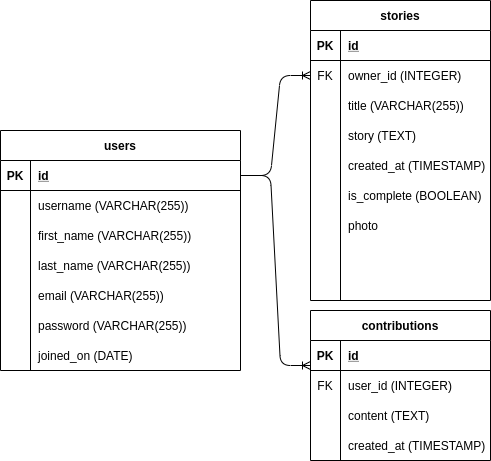
Before: ERD.png, a diagram exported from draw.io (RongxinZhang/story-creator). Source tidied: cells renumbered, new cells last; positions are measured from the earlier drawing's top-left corner, leaving out a move shared by most shapes.
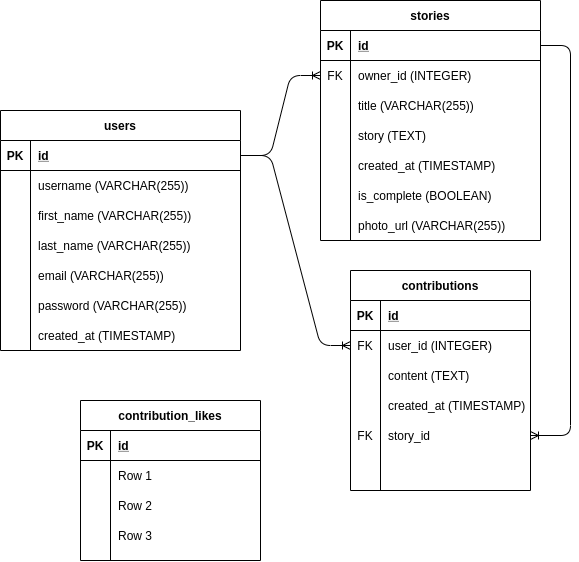
The same diagram one commit later.

The edit, as a diff of the source:
```diff
@@ -6,7 +6,7 @@
       <mxGeometry relative="1" as="geometry" />
     </mxCell>
     <mxCell id="3" value="users" style="shape=table;startSize=30;rowLines=0;fontStyle=1;align=center;" parent="1" vertex="1">
-      <mxGeometry y="130" width="240" height="240" as="geometry" />
+      <mxGeometry x="-20" y="130" width="240" height="240" as="geometry" />
     </mxCell>
     <mxCell id="4" style="shape=partialRectangle;fillColor=none;top=0;left=0;bottom=1;right=0;points=[[0,0.5],[1,0.5]];portConstraint=eastwest;" parent="3" vertex="1">
       <mxGeometry y="30" width="240" height="30" as="geometry" />
@@ -68,82 +68,77 @@
     <mxCell id="23" style="shape=partialRectangle;fillColor=none;top=0;left=0;bottom=0;right=0;overflow=hidden;" parent="22" vertex="1">
       <mxGeometry width="30" height="30" as="geometry" />
     </mxCell>
-    <mxCell id="24" value="joined_on (DATE)" style="shape=partialRectangle;fillColor=none;top=0;left=0;bottom=0;right=0;align=left;spacingLeft=6;overflow=hidden;" parent="22" vertex="1">
+    <mxCell id="24" value="created_at (TIMESTAMP)" style="shape=partialRectangle;fillColor=none;top=0;left=0;bottom=0;right=0;align=left;spacingLeft=6;overflow=hidden;" parent="22" vertex="1">
       <mxGeometry x="30" width="210" height="30" as="geometry" />
     </mxCell>
     <mxCell id="25" value="stories" style="shape=table;startSize=30;rowLines=0;fontStyle=1;align=center;" parent="1" vertex="1">
-      <mxGeometry x="310" width="180" height="300" as="geometry" />
+      <mxGeometry x="300" y="20" width="220" height="240" as="geometry" />
     </mxCell>
     <mxCell id="26" style="shape=partialRectangle;fillColor=none;top=0;left=0;bottom=1;right=0;points=[[0,0.5],[1,0.5]];portConstraint=eastwest;" parent="25" vertex="1">
-      <mxGeometry y="30" width="180" height="30" as="geometry" />
+      <mxGeometry y="30" width="220" height="30" as="geometry" />
     </mxCell>
     <mxCell id="27" value="PK" style="shape=partialRectangle;fillColor=none;top=0;left=0;bottom=0;right=0;fontStyle=1;overflow=hidden;" parent="26" vertex="1">
       <mxGeometry width="30" height="30" as="geometry" />
     </mxCell>
     <mxCell id="28" value="id" style="shape=partialRectangle;fillColor=none;top=0;left=0;bottom=0;right=0;align=left;spacingLeft=6;fontStyle=5;overflow=hidden;" parent="26" vertex="1">
-      <mxGeometry x="30" width="150" height="30" as="geometry" />
+      <mxGeometry x="30" width="190" height="30" as="geometry" />
     </mxCell>
     <mxCell id="29" style="shape=partialRectangle;fillColor=none;top=0;left=0;bottom=0;right=0;points=[[0,0.5],[1,0.5]];portConstraint=eastwest;" parent="25" vertex="1">
-      <mxGeometry y="60" width="180" height="30" as="geometry" />
+      <mxGeometry y="60" width="220" height="30" as="geometry" />
     </mxCell>
     <mxCell id="30" value="FK" style="shape=partialRectangle;fillColor=none;top=0;left=0;bottom=0;right=0;overflow=hidden;" parent="29" vertex="1">
       <mxGeometry width="30" height="30" as="geometry" />
     </mxCell>
     <mxCell id="31" value="owner_id (INTEGER)" style="shape=partialRectangle;fillColor=none;top=0;left=0;bottom=0;right=0;align=left;spacingLeft=6;overflow=hidden;" parent="29" vertex="1">
-      <mxGeometry x="30" width="150" height="30" as="geometry" />
+      <mxGeometry x="30" width="190" height="30" as="geometry" />
     </mxCell>
     <mxCell id="32" style="shape=partialRectangle;fillColor=none;top=0;left=0;bottom=0;right=0;" parent="25" vertex="1">
-      <mxGeometry y="90" width="180" height="30" as="geometry" />
+      <mxGeometry y="90" width="220" height="30" as="geometry" />
     </mxCell>
     <mxCell id="33" style="shape=partialRectangle;fillColor=none;top=0;left=0;bottom=0;right=0;overflow=hidden;" parent="32" vertex="1">
       <mxGeometry width="30" height="30" as="geometry" />
     </mxCell>
     <mxCell id="34" value="title (VARCHAR(255))" style="shape=partialRectangle;fillColor=none;top=0;left=0;bottom=0;right=0;align=left;spacingLeft=6;overflow=hidden;" parent="32" vertex="1">
-      <mxGeometry x="30" width="150" height="30" as="geometry" />
+      <mxGeometry x="30" width="190" height="30" as="geometry" />
     </mxCell>
     <mxCell id="35" style="shape=partialRectangle;fillColor=none;top=0;left=0;bottom=0;right=0;" parent="25" vertex="1">
-      <mxGeometry y="120" width="180" height="30" as="geometry" />
+      <mxGeometry y="120" width="220" height="30" as="geometry" />
     </mxCell>
     <mxCell id="36" style="shape=partialRectangle;fillColor=none;top=0;left=0;bottom=0;right=0;overflow=hidden;" parent="35" vertex="1">
       <mxGeometry width="30" height="30" as="geometry" />
     </mxCell>
     <mxCell id="37" value="story (TEXT)" style="shape=partialRectangle;fillColor=none;top=0;left=0;bottom=0;right=0;align=left;spacingLeft=6;overflow=hidden;" parent="35" vertex="1">
-      <mxGeometry x="30" width="150" height="30" as="geometry" />
+      <mxGeometry x="30" width="190" height="30" as="geometry" />
     </mxCell>
     <mxCell id="38" style="shape=partialRectangle;fillColor=none;top=0;left=0;bottom=0;right=0;" parent="25" vertex="1">
-      <mxGeometry y="150" width="180" height="30" as="geometry" />
+      <mxGeometry y="150" width="220" height="30" as="geometry" />
     </mxCell>
     <mxCell id="39" style="shape=partialRectangle;fillColor=none;top=0;left=0;bottom=0;right=0;overflow=hidden;" parent="38" vertex="1">
       <mxGeometry width="30" height="30" as="geometry" />
     </mxCell>
     <mxCell id="40" value="created_at (TIMESTAMP)" style="shape=partialRectangle;fillColor=none;top=0;left=0;bottom=0;right=0;align=left;spacingLeft=6;overflow=hidden;" parent="38" vertex="1">
-      <mxGeometry x="30" width="150" height="30" as="geometry" />
+      <mxGeometry x="30" width="190" height="30" as="geometry" />
     </mxCell>
     <mxCell id="41" style="shape=partialRectangle;fillColor=none;top=0;left=0;bottom=0;right=0;" parent="25" vertex="1">
-      <mxGeometry y="180" width="180" height="30" as="geometry" />
+      <mxGeometry y="180" width="220" height="30" as="geometry" />
     </mxCell>
     <mxCell id="42" style="shape=partialRectangle;fillColor=none;top=0;left=0;bottom=0;right=0;overflow=hidden;" parent="41" vertex="1">
       <mxGeometry width="30" height="30" as="geometry" />
     </mxCell>
     <mxCell id="43" value="is_complete (BOOLEAN)" style="shape=partialRectangle;fillColor=none;top=0;left=0;bottom=0;right=0;align=left;spacingLeft=6;overflow=hidden;" parent="41" vertex="1">
-      <mxGeometry x="30" width="150" height="30" as="geometry" />
+      <mxGeometry x="30" width="190" height="30" as="geometry" />
     </mxCell>
     <mxCell id="44" style="shape=partialRectangle;fillColor=none;top=0;left=0;bottom=0;right=0;" parent="25" vertex="1">
-      <mxGeometry y="210" width="180" height="30" as="geometry" />
+      <mxGeometry y="210" width="220" height="30" as="geometry" />
     </mxCell>
     <mxCell id="45" style="shape=partialRectangle;fillColor=none;top=0;left=0;bottom=0;right=0;overflow=hidden;" parent="44" vertex="1">
       <mxGeometry width="30" height="30" as="geometry" />
     </mxCell>
-    <mxCell id="46" value="photo" style="shape=partialRectangle;fillColor=none;top=0;left=0;bottom=0;right=0;align=left;spacingLeft=6;overflow=hidden;" parent="44" vertex="1">
-      <mxGeometry x="30" width="150" height="30" as="geometry" />
+    <mxCell id="46" value="photo_url (VARCHAR(255))" style="shape=partialRectangle;fillColor=none;top=0;left=0;bottom=0;right=0;align=left;spacingLeft=6;overflow=hidden;" parent="44" vertex="1">
+      <mxGeometry x="30" width="190" height="30" as="geometry" />
     </mxCell>
-    <mxCell id="47" style="edgeStyle=entityRelationEdgeStyle;fontSize=12;html=1;endArrow=ERoneToMany;exitX=1;exitY=0.5;exitDx=0;exitDy=0;" parent="1" edge="1" source="4">
-      <mxGeometry relative="1" as="geometry">
-        <mxPoint x="310" y="365" as="targetPoint" />
-      </mxGeometry>
-    </mxCell>
     <mxCell id="48" value="contributions" style="shape=table;startSize=30;rowLines=0;fontStyle=1;align=center;" parent="1" vertex="1">
-      <mxGeometry x="310" y="310" width="180" height="150" as="geometry" />
+      <mxGeometry x="330" y="290" width="180" height="220" as="geometry" />
     </mxCell>
     <mxCell id="49" style="shape=partialRectangle;fillColor=none;top=0;left=0;bottom=1;right=0;" parent="48" vertex="1">
       <mxGeometry y="30" width="180" height="30" as="geometry" />
@@ -181,5 +176,59 @@
     <mxCell id="60" value="created_at (TIMESTAMP)" style="shape=partialRectangle;fillColor=none;top=0;left=0;bottom=0;right=0;align=left;spacingLeft=6;overflow=hidden;" parent="58" vertex="1">
       <mxGeometry x="30" width="150" height="30" as="geometry" />
     </mxCell>
+    <mxCell id="61" style="shape=partialRectangle;fillColor=none;top=0;left=0;bottom=0;right=0;points=[[0,0.5],[1,0.5]];portConstraint=eastwest;" parent="48" vertex="1">
+      <mxGeometry y="150" width="180" height="30" as="geometry" />
+    </mxCell>
+    <mxCell id="62" value="FK" style="shape=partialRectangle;fillColor=none;top=0;left=0;bottom=0;right=0;overflow=hidden;" parent="61" vertex="1">
+      <mxGeometry width="30" height="30" as="geometry" />
+    </mxCell>
+    <mxCell id="63" value="story_id" style="shape=partialRectangle;fillColor=none;top=0;left=0;bottom=0;right=0;align=left;spacingLeft=6;overflow=hidden;" parent="61" vertex="1">
+      <mxGeometry x="30" width="150" height="30" as="geometry" />
+    </mxCell>
+    <mxCell id="64" style="edgeStyle=entityRelationEdgeStyle;fontSize=12;html=1;endArrow=ERoneToMany;exitX=1;exitY=0.5;exitDx=0;exitDy=0;entryX=0;entryY=0.5;entryDx=0;entryDy=0;" parent="1" edge="1" source="4" target="52">
+      <mxGeometry relative="1" as="geometry" />
+    </mxCell>
+    <mxCell id="65" value="contribution_likes" style="shape=table;startSize=30;rowLines=0;fontStyle=1;align=center;" parent="1" vertex="1">
+      <mxGeometry x="60" y="420" width="180" height="160" as="geometry" />
+    </mxCell>
+    <mxCell id="66" style="shape=partialRectangle;fillColor=none;top=0;left=0;bottom=1;right=0;" parent="65" vertex="1">
+      <mxGeometry y="30" width="180" height="30" as="geometry" />
+    </mxCell>
+    <mxCell id="67" value="PK" style="shape=partialRectangle;fillColor=none;top=0;left=0;bottom=0;right=0;fontStyle=1;overflow=hidden;" parent="66" vertex="1">
+      <mxGeometry width="30" height="30" as="geometry" />
+    </mxCell>
+    <mxCell id="68" value="id" style="shape=partialRectangle;fillColor=none;top=0;left=0;bottom=0;right=0;align=left;spacingLeft=6;fontStyle=5;overflow=hidden;" parent="66" vertex="1">
+      <mxGeometry x="30" width="150" height="30" as="geometry" />
+    </mxCell>
+    <mxCell id="69" style="shape=partialRectangle;fillColor=none;top=0;left=0;bottom=0;right=0;" parent="65" vertex="1">
+      <mxGeometry y="60" width="180" height="30" as="geometry" />
+    </mxCell>
+    <mxCell id="70" style="shape=partialRectangle;fillColor=none;top=0;left=0;bottom=0;right=0;overflow=hidden;" parent="69" vertex="1">
+      <mxGeometry width="30" height="30" as="geometry" />
+    </mxCell>
+    <mxCell id="71" value="Row 1" style="shape=partialRectangle;fillColor=none;top=0;left=0;bottom=0;right=0;align=left;spacingLeft=6;overflow=hidden;" parent="69" vertex="1">
+      <mxGeometry x="30" width="150" height="30" as="geometry" />
+    </mxCell>
+    <mxCell id="72" style="shape=partialRectangle;fillColor=none;top=0;left=0;bottom=0;right=0;" parent="65" vertex="1">
+      <mxGeometry y="90" width="180" height="30" as="geometry" />
+    </mxCell>
+    <mxCell id="73" style="shape=partialRectangle;fillColor=none;top=0;left=0;bottom=0;right=0;overflow=hidden;" parent="72" vertex="1">
+      <mxGeometry width="30" height="30" as="geometry" />
+    </mxCell>
+    <mxCell id="74" value="Row 2" style="shape=partialRectangle;fillColor=none;top=0;left=0;bottom=0;right=0;align=left;spacingLeft=6;overflow=hidden;" parent="72" vertex="1">
+      <mxGeometry x="30" width="150" height="30" as="geometry" />
+    </mxCell>
+    <mxCell id="75" style="shape=partialRectangle;fillColor=none;top=0;left=0;bottom=0;right=0;" parent="65" vertex="1">
+      <mxGeometry y="120" width="180" height="30" as="geometry" />
+    </mxCell>
+    <mxCell id="76" style="shape=partialRectangle;fillColor=none;top=0;left=0;bottom=0;right=0;overflow=hidden;" parent="75" vertex="1">
+      <mxGeometry width="30" height="30" as="geometry" />
+    </mxCell>
+    <mxCell id="77" value="Row 3" style="shape=partialRectangle;fillColor=none;top=0;left=0;bottom=0;right=0;align=left;spacingLeft=6;overflow=hidden;" parent="75" vertex="1">
+      <mxGeometry x="30" width="150" height="30" as="geometry" />
+    </mxCell>
+    <mxCell id="78" style="edgeStyle=entityRelationEdgeStyle;fontSize=12;html=1;endArrow=ERoneToMany;exitX=1;exitY=0.5;exitDx=0;exitDy=0;" parent="1" edge="1" source="26" target="61">
+      <mxGeometry relative="1" as="geometry" />
+    </mxCell>
   </root>
 </mxGraphModel>
```
